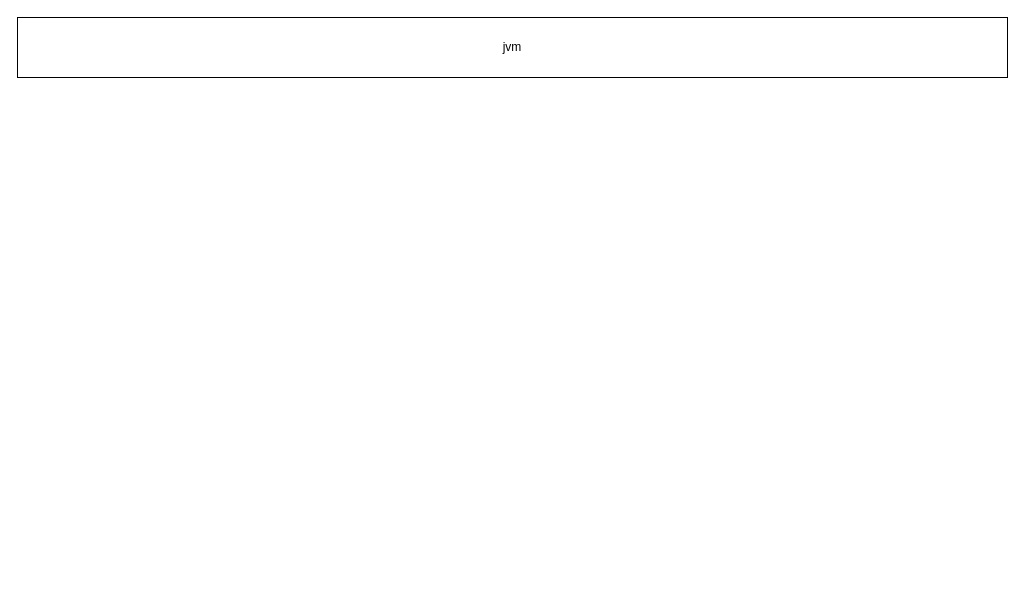
Above: TTest.drawio in JackrayWang2020/markbook (draw.io), before the change. Source tidied: cells renumbered, new cells numbered last; positions are measured from the earlier drawing's top-left corner, leaving out a move shared by most shapes. Both pictures are drawn from the tidied source at 100%, with x=0, y=0 at pixel (17, 17).
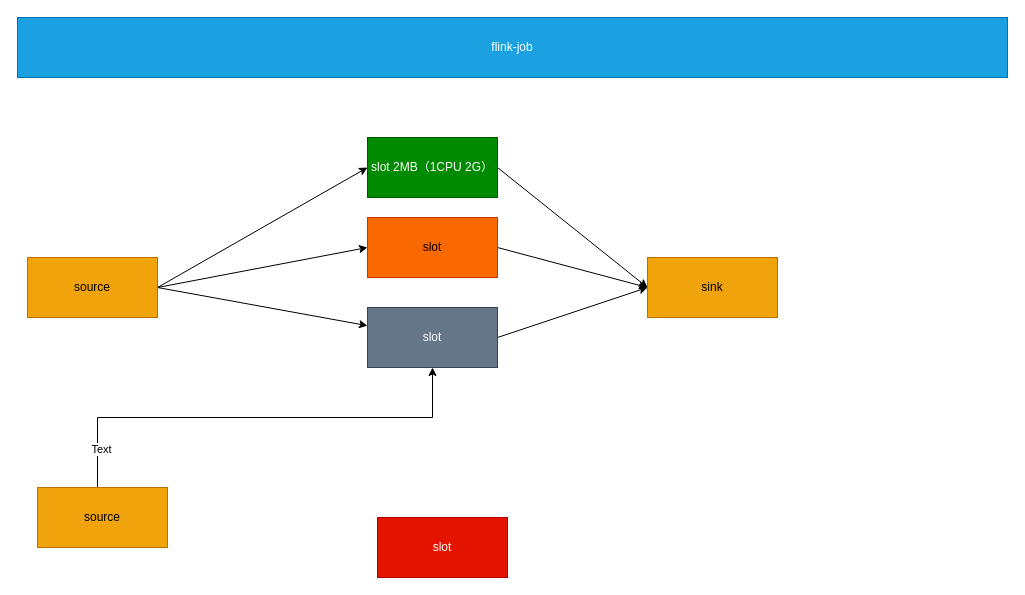
The same page after the edit.

What changed in the source:
```diff
@@
 <mxGraphModel>
   <root>
     <mxCell id="0" />
     <mxCell id="1" parent="0" />
-    <mxCell id="2" value="jvm" style="rounded=0;whiteSpace=wrap;html=1;" parent="1" vertex="1">
+    <mxCell id="2" value="flink-job" style="rounded=0;whiteSpace=wrap;html=1;fillColor=#1ba1e2;fontColor=#ffffff;strokeColor=#006EAF;" parent="1" vertex="1">
       <mxGeometry width="990" height="60" as="geometry" />
     </mxCell>
+    <mxCell id="3" style="rounded=0;jettySize=auto;html=1;exitX=1;exitY=0.5;exitDx=0;exitDy=0;entryX=0;entryY=0.5;entryDx=0;entryDy=0;" parent="1" edge="1" source="6" target="8">
+      <mxGeometry relative="1" as="geometry" />
+    </mxCell>
+    <mxCell id="4" style="rounded=0;jettySize=auto;html=1;exitX=1;exitY=0.5;exitDx=0;exitDy=0;entryX=0;entryY=0.5;entryDx=0;entryDy=0;" parent="1" edge="1" source="6" target="11">
+      <mxGeometry relative="1" as="geometry" />
+    </mxCell>
+    <mxCell id="5" style="rounded=0;jettySize=auto;html=1;exitX=1;exitY=0.5;exitDx=0;exitDy=0;" parent="1" edge="1" source="6" target="13">
+      <mxGeometry relative="1" as="geometry" />
+    </mxCell>
+    <mxCell id="6" value="source" style="rounded=0;whiteSpace=wrap;html=1;fillColor=#f0a30a;fontColor=#000000;strokeColor=#BD7000;" parent="1" vertex="1">
+      <mxGeometry x="10" y="240" width="130" height="60" as="geometry" />
+    </mxCell>
+    <mxCell id="7" style="rounded=0;jettySize=auto;html=1;exitX=1;exitY=0.5;exitDx=0;exitDy=0;entryX=0;entryY=0.5;entryDx=0;entryDy=0;" parent="1" edge="1" source="8" target="9">
+      <mxGeometry relative="1" as="geometry" />
+    </mxCell>
+    <mxCell id="8" value="slot 2MB（1CPU 2G）" style="rounded=0;whiteSpace=wrap;html=1;fillColor=#008a00;fontColor=#ffffff;strokeColor=#005700;" parent="1" vertex="1">
+      <mxGeometry x="350" y="120" width="130" height="60" as="geometry" />
+    </mxCell>
+    <mxCell id="9" value="sink" style="rounded=0;whiteSpace=wrap;html=1;fillColor=#f0a30a;fontColor=#000000;strokeColor=#BD7000;" parent="1" vertex="1">
+      <mxGeometry x="630" y="240" width="130" height="60" as="geometry" />
+    </mxCell>
+    <mxCell id="10" style="rounded=0;jettySize=auto;html=1;exitX=1;exitY=0.5;exitDx=0;exitDy=0;entryX=0;entryY=0.5;entryDx=0;entryDy=0;" parent="1" edge="1" source="11" target="9">
+      <mxGeometry relative="1" as="geometry" />
+    </mxCell>
+    <mxCell id="11" value="slot" style="rounded=0;whiteSpace=wrap;html=1;fillColor=#fa6800;fontColor=#000000;strokeColor=#C73500;" parent="1" vertex="1">
+      <mxGeometry x="350" y="200" width="130" height="60" as="geometry" />
+    </mxCell>
+    <mxCell id="12" style="rounded=0;jettySize=auto;html=1;exitX=1;exitY=0.5;exitDx=0;exitDy=0;entryX=0;entryY=0.5;entryDx=0;entryDy=0;" parent="1" edge="1" source="13" target="9">
+      <mxGeometry relative="1" as="geometry" />
+    </mxCell>
+    <mxCell id="13" value="slot" style="rounded=0;whiteSpace=wrap;html=1;fillColor=#647687;fontColor=#ffffff;strokeColor=#314354;" parent="1" vertex="1">
+      <mxGeometry x="350" y="290" width="130" height="60" as="geometry" />
+    </mxCell>
+    <mxCell id="14" value="slot" style="rounded=0;whiteSpace=wrap;html=1;fillColor=#e51400;fontColor=#ffffff;strokeColor=#B20000;" parent="1" vertex="1">
+      <mxGeometry x="360" y="500" width="130" height="60" as="geometry" />
+    </mxCell>
+    <mxCell id="15" style="edgeStyle=orthogonalEdgeStyle;rounded=0;jettySize=auto;html=1;exitX=0.5;exitY=0;exitDx=0;exitDy=0;" parent="1" edge="1" source="17" target="13">
+      <mxGeometry relative="1" as="geometry">
+        <Array as="points">
+          <mxPoint x="80" y="470" />
+          <mxPoint x="80" y="400" />
+          <mxPoint x="415" y="400" />
+        </Array>
+      </mxGeometry>
+    </mxCell>
+    <mxCell id="16" value="Text" style="edgeLabel;html=1;align=center;verticalAlign=middle;" parent="15" vertex="1">
+      <mxGeometry x="-0.81" y="-3" relative="1" as="geometry" />
+    </mxCell>
+    <mxCell id="17" value="source" style="rounded=0;whiteSpace=wrap;html=1;fillColor=#f0a30a;fontColor=#000000;strokeColor=#BD7000;" parent="1" vertex="1">
+      <mxGeometry x="20" y="470" width="130" height="60" as="geometry" />
+    </mxCell>
   </root>
 </mxGraphModel>
```
